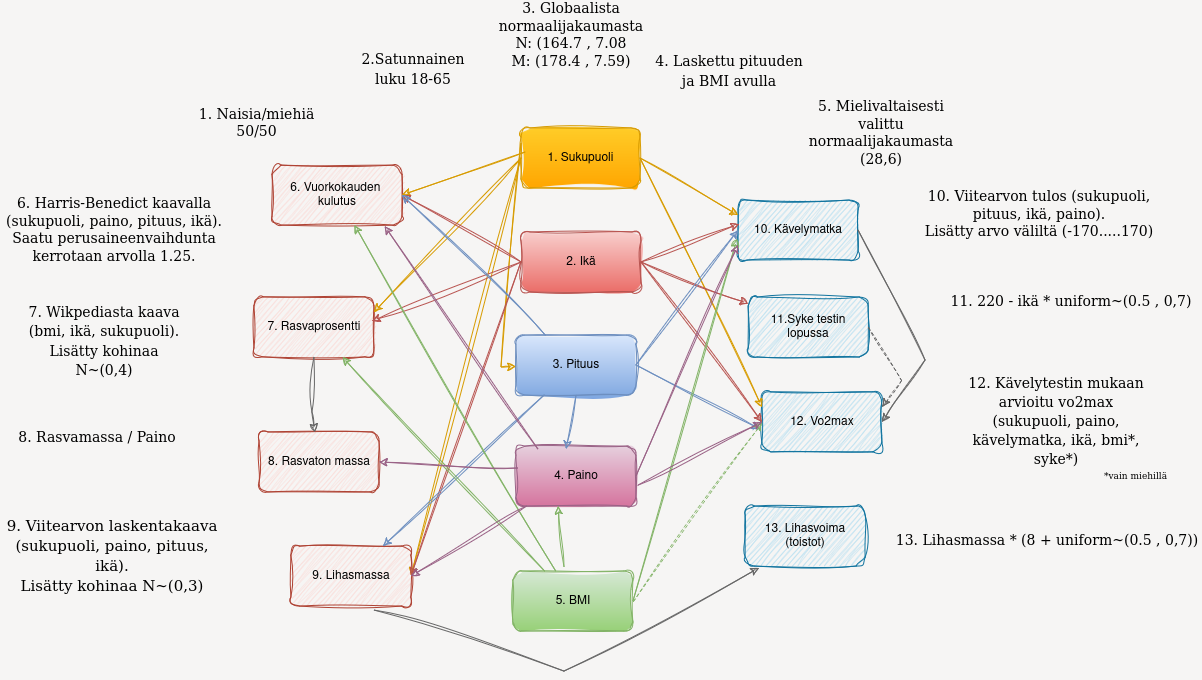
Before: images/data-gen-kaavio2.drawio.png, a diagram exported from draw.io (emmmahi/generated-data-streamlit-app). Source tidied: cells renumbered, new cells last; positions are measured from the earlier drawing's top-left corner, leaving out a move shared by most shapes.
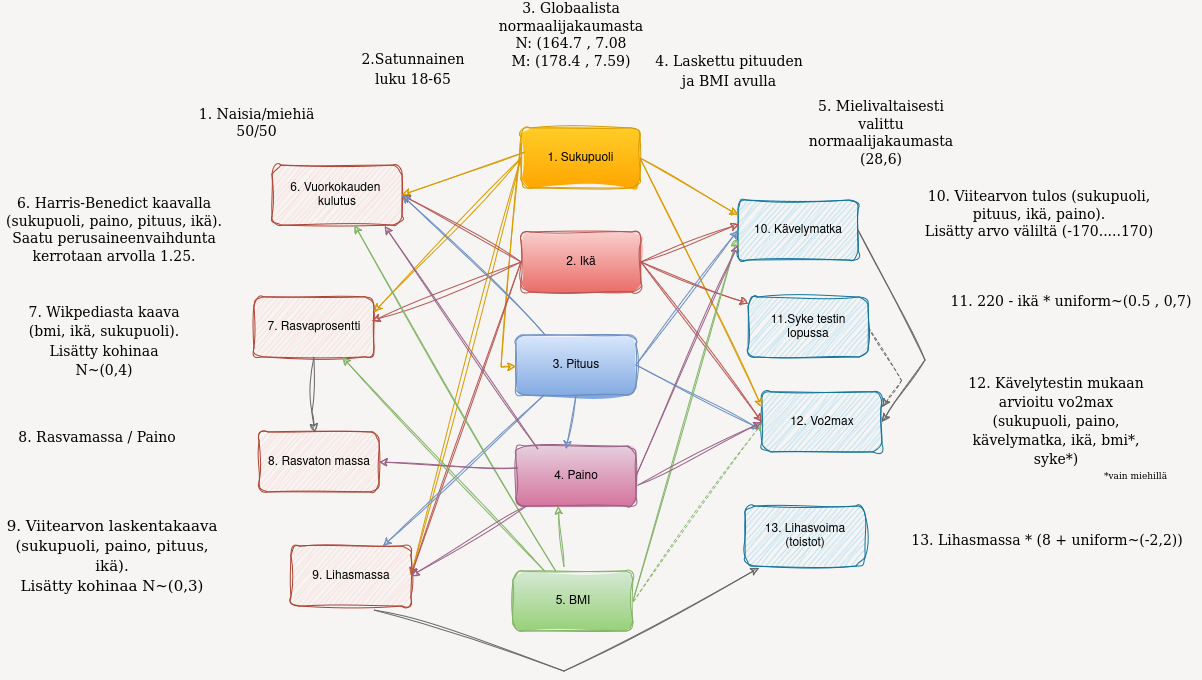
After the commit.

Commit message:
kuvat päivitetty

Diff of the diagram source:
```diff
@@ -192,7 +192,7 @@
     <mxCell id="59" value="&lt;font style=&quot;font-size: 9px;&quot; face=&quot;Comic Sans MS&quot;&gt;*vain miehillä&lt;/font&gt;" style="text;strokeColor=none;fillColor=none;html=1;align=center;verticalAlign=middle;whiteSpace=wrap;rounded=0;fontSize=16;sketch=1;curveFitting=1;jiggle=2;" parent="1" vertex="1">
       <mxGeometry x="1088" y="437" width="97" height="23" as="geometry" />
     </mxCell>
-    <mxCell id="60" value="&lt;font face=&quot;Verdana&quot; style=&quot;font-size: 14px;&quot;&gt;13.&lt;/font&gt;&lt;font face=&quot;jRyWMkvqHaK8-C2OxuBi&quot; style=&quot;font-size: 14px;&quot;&gt; Lihasmassa * (8 + &lt;/font&gt;&lt;font face=&quot;jRyWMkvqHaK8-C2OxuBi&quot; style=&quot;font-size: 14px;&quot;&gt;uniform~(0.5 , 0,7))&lt;/font&gt;" style="text;strokeColor=none;fillColor=none;html=1;align=center;verticalAlign=middle;whiteSpace=wrap;rounded=0;fontSize=16;sketch=1;curveFitting=1;jiggle=2;" parent="1" vertex="1">
+    <mxCell id="60" value="&lt;font face=&quot;Verdana&quot; style=&quot;font-size: 14px;&quot;&gt;13.&lt;/font&gt;&lt;font face=&quot;jRyWMkvqHaK8-C2OxuBi&quot; style=&quot;font-size: 14px;&quot;&gt; Lihasmassa * (8 + &lt;/font&gt;&lt;font face=&quot;jRyWMkvqHaK8-C2OxuBi&quot; style=&quot;font-size: 14px;&quot;&gt;uniform~(-2,2))&lt;/font&gt;" style="text;strokeColor=none;fillColor=none;html=1;align=center;verticalAlign=middle;whiteSpace=wrap;rounded=0;fontSize=16;sketch=1;curveFitting=1;jiggle=2;" parent="1" vertex="1">
       <mxGeometry x="894" y="490" width="308" height="50" as="geometry" />
     </mxCell>
     <mxCell id="61" style="edgeStyle=none;curved=1;rounded=0;sketch=1;hachureGap=4;jiggle=2;curveFitting=1;orthogonalLoop=1;jettySize=auto;html=1;exitX=0.5;exitY=0;exitDx=0;exitDy=0;fontFamily=Architects Daughter;fontSource=https%3A%2F%2Ffonts.googleapis.com%2Fcss%3Ffamily%3DArchitects%2BDaughter;fontSize=12;startSize=8;endSize=8;" parent="1" edge="1" source="51" target="51">
```
